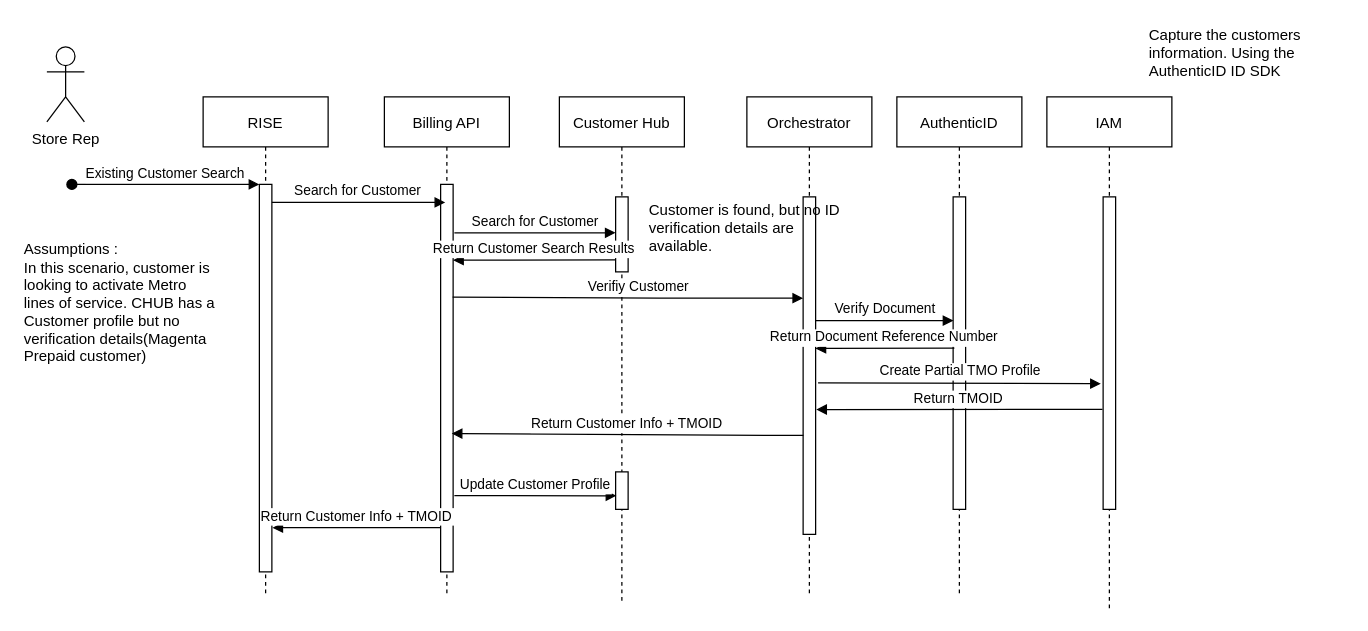
The draw.io diagram Existing_Customer.drawio in ilokos/NCIM, before the edit. Source tidied: cells renumbered, new cells numbered last; positions are measured from the earlier drawing's top-left corner, leaving out a move shared by most shapes. Both pictures are drawn from the tidied source at 125%, with x=0, y=0 at pixel (21, 21).
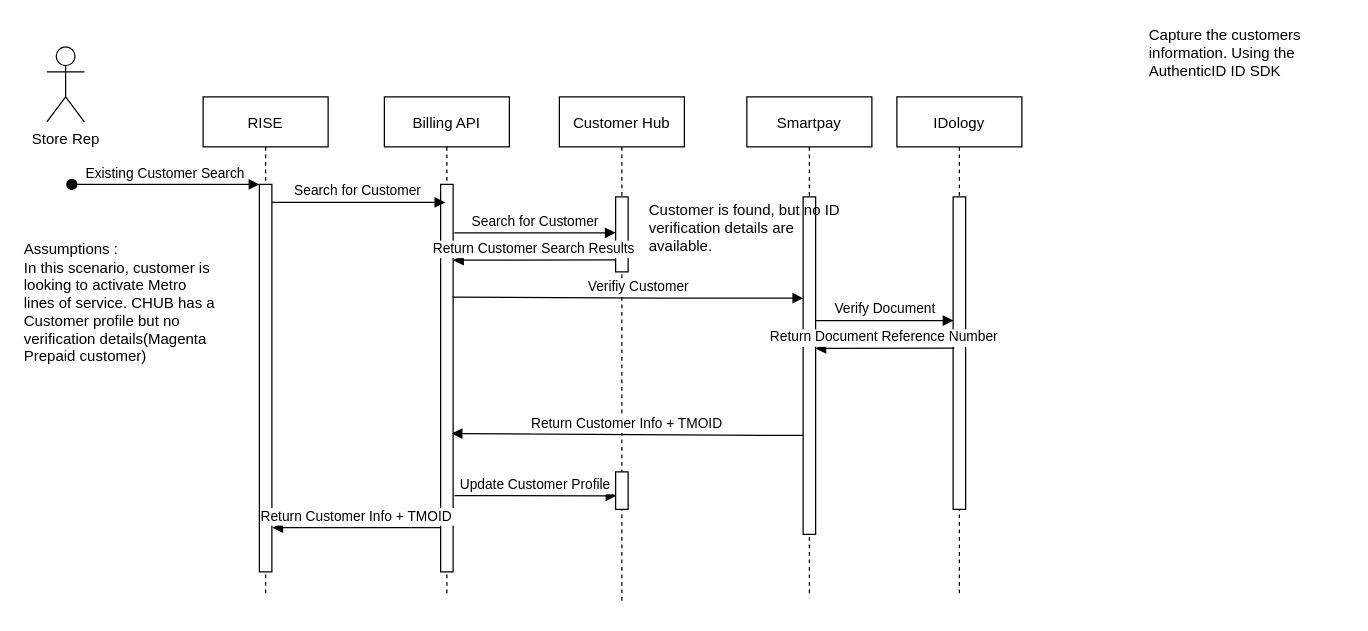
Above is the later version.

The change refers to these unchanged cells:
```xml
<mxCell id="15" style="points=[];perimeter=orthogonalPerimeter;rounded=0;shadow=0;strokeWidth=1;" parent="14" vertex="1">
  <mxGeometry x="45" y="80" width="10" height="270" as="geometry" />
</mxCell>
```

Change to the diagram source:
```diff
@@
-    <mxCell id="14" value="Orchestrator" style="shape=umlLifeline;perimeter=lifelinePerimeter;rounded=0;shadow=0;strokeWidth=1;" parent="1" vertex="1">
+    <mxCell id="14" value="Smartpay" style="shape=umlLifeline;perimeter=lifelinePerimeter;rounded=0;shadow=0;strokeWidth=1;" parent="1" vertex="1">
       <mxGeometry x="580" y="60" width="100" height="400" as="geometry" />
     </mxCell>
@@
-    <mxCell id="18" value="IAM" style="shape=umlLifeline;perimeter=lifelinePerimeter;rounded=0;shadow=0;strokeWidth=1;" parent="1" vertex="1">
-      <mxGeometry x="820" y="60" width="100" height="410" as="geometry" />
-    </mxCell>
-    <mxCell id="19" style="points=[];perimeter=orthogonalPerimeter;rounded=0;shadow=0;strokeWidth=1;" parent="18" vertex="1">
-      <mxGeometry x="45" y="80" width="10" height="250" as="geometry" />
-    </mxCell>
@@
-    <mxCell id="21" value="AuthenticID" style="shape=umlLifeline;perimeter=lifelinePerimeter;rounded=0;shadow=0;strokeWidth=1;" parent="1" vertex="1">
+    <mxCell id="21" value="IDology" style="shape=umlLifeline;perimeter=lifelinePerimeter;rounded=0;shadow=0;strokeWidth=1;" parent="1" vertex="1">
       <mxGeometry x="700" y="60" width="100" height="400" as="geometry" />
     </mxCell>
@@
-    <mxCell id="24" value="Return TMOID" style="verticalAlign=bottom;endArrow=block;shadow=0;strokeWidth=1;" parent="1" edge="1">
-      <mxGeometry relative="1" as="geometry">
-        <mxPoint x="864.5" y="310" as="sourcePoint" />
-        <mxPoint x="635.5" y="310.1" as="targetPoint" />
-      </mxGeometry>
-    </mxCell>
@@
-    <mxCell id="28" value="Create Partial TMO Profile" style="verticalAlign=bottom;endArrow=block;shadow=0;strokeWidth=1;exitX=1.197;exitY=0.551;exitDx=0;exitDy=0;exitPerimeter=0;entryX=-0.183;entryY=0.598;entryDx=0;entryDy=0;entryPerimeter=0;" parent="1" edge="1" source="15" target="19">
-      <mxGeometry x="0.01" y="1" relative="1" as="geometry" />
-    </mxCell>
```
